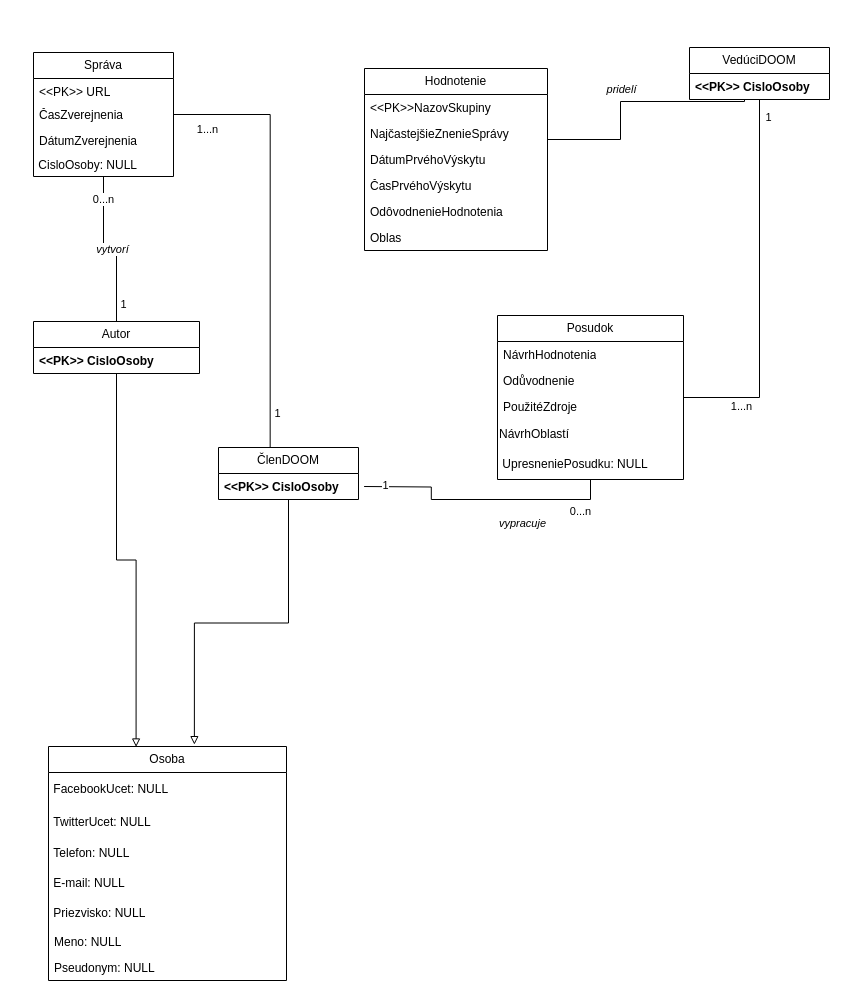
stofife/IUS keeps this draw.io diagram as ius_project_1.drawio. Above is the earlier version. Source tidied: cells renumbered, new cells numbered last; positions are measured from the earlier drawing's top-left corner, leaving out a move shared by most shapes. Both pictures are drawn from the tidied source at 100%, with x=0, y=0 at pixel (33, 47).
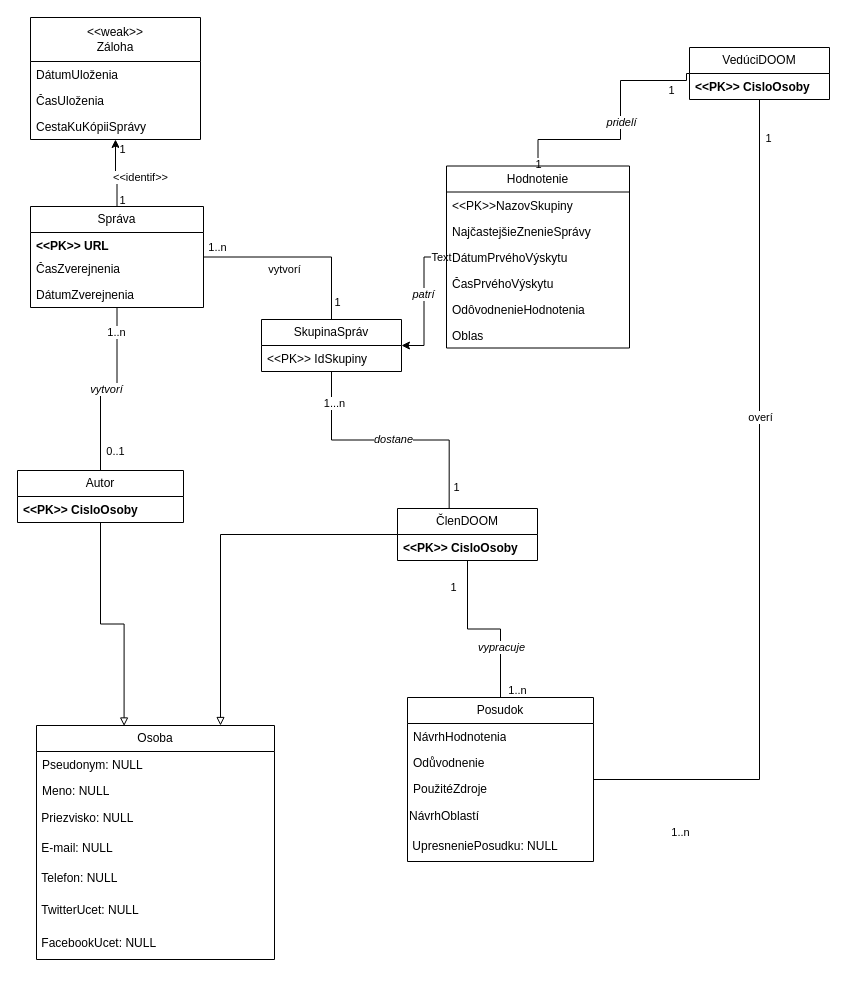
After the change.

The change refers to these unchanged cells:
```xml
<mxCell id="29" style="edgeStyle=orthogonalEdgeStyle;rounded=0;jettySize=auto;html=1;endArrow=none;endFill=0;" parent="1" edge="1" source="32" target="40">
  <mxGeometry relative="1" as="geometry" />
</mxCell>
<mxCell id="40" value="VedúciDOOM" style="swimlane;fontStyle=0;horizontal=1;startSize=26;fillColor=none;whiteSpace=wrap;html=1;" parent="1" vertex="1">
  <mxGeometry x="656" width="140" height="52" as="geometry" />
</mxCell>
```

Diff of the diagram source:
```diff
@@
+    <mxCell id="52" style="edgeStyle=orthogonalEdgeStyle;rounded=0;jettySize=auto;html=1;" parent="1" edge="1" source="2" target="67">
+      <mxGeometry relative="1" as="geometry" />
+    </mxCell>
+    <mxCell id="53" value="1" style="edgeLabel;html=1;align=center;verticalAlign=middle;" parent="52" vertex="1">
+      <mxGeometry x="-0.81" y="1" relative="1" as="geometry">
+        <mxPoint x="6" as="offset" />
+      </mxGeometry>
+    </mxCell>
+    <mxCell id="54" value="&amp;lt;&amp;lt;identif&amp;gt;&amp;gt;" style="edgeLabel;html=1;align=center;verticalAlign=middle;" parent="52" vertex="1">
+      <mxGeometry x="0.13" relative="1" as="geometry">
+        <mxPoint x="24" y="8" as="offset" />
+      </mxGeometry>
+    </mxCell>
+    <mxCell id="55" value="1" style="edgeLabel;html=1;align=center;verticalAlign=middle;" parent="52" vertex="1">
+      <mxGeometry x="0.8" relative="1" as="geometry">
+        <mxPoint x="6" y="3" as="offset" />
+      </mxGeometry>
+    </mxCell>
+    <mxCell id="56" style="edgeStyle=orthogonalEdgeStyle;rounded=0;jettySize=auto;html=1;endArrow=none;endFill=0;" parent="1" edge="1" source="2" target="71">
+      <mxGeometry relative="1" as="geometry" />
+    </mxCell>
+    <mxCell id="57" value="vytvorí" style="edgeLabel;html=1;align=center;verticalAlign=middle;" parent="56" vertex="1">
+      <mxGeometry x="0.02" y="2" relative="1" as="geometry">
+        <mxPoint x="-17" y="14" as="offset" />
+      </mxGeometry>
+    </mxCell>
+    <mxCell id="58" value="1..n" style="edgeLabel;html=1;align=center;verticalAlign=middle;" parent="56" vertex="1">
+      <mxGeometry x="-0.93" relative="1" as="geometry">
+        <mxPoint x="6" y="-10" as="offset" />
+      </mxGeometry>
+    </mxCell>
+    <mxCell id="59" value="&lt;div&gt;1&lt;/div&gt;" style="edgeLabel;html=1;align=center;verticalAlign=middle;" parent="56" vertex="1">
+      <mxGeometry x="0.85" y="-1" relative="1" as="geometry">
+        <mxPoint x="6" y="-3" as="offset" />
+      </mxGeometry>
+    </mxCell>
     <mxCell id="2" value="Správa" style="swimlane;fontStyle=0;horizontal=1;startSize=26;fillColor=none;whiteSpace=wrap;html=1;" parent="1" vertex="1">
-      <mxGeometry y="5" width="140" height="124" as="geometry" />
+      <mxGeometry x="-3" y="159" width="173" height="101" as="geometry" />
     </mxCell>
-    <mxCell id="3" value="&amp;lt;&amp;lt;PK&amp;gt;&amp;gt; URL" style="text;strokeColor=none;fillColor=none;align=left;verticalAlign=top;spacingLeft=4;spacingRight=4;overflow=hidden;whiteSpace=wrap;html=1;" parent="2" vertex="1">
-      <mxGeometry y="26" width="140" height="23" as="geometry" />
+    <mxCell id="3" value="&lt;b&gt;&amp;lt;&amp;lt;PK&amp;gt;&amp;gt; URL&lt;/b&gt;" style="text;strokeColor=none;fillColor=none;align=left;verticalAlign=top;spacingLeft=4;spacingRight=4;overflow=hidden;whiteSpace=wrap;html=1;" parent="2" vertex="1">
+      <mxGeometry y="26" width="173" height="23" as="geometry" />
     </mxCell>
     <mxCell id="4" value="ČasZverejnenia" style="text;strokeColor=none;fillColor=none;align=left;verticalAlign=top;spacingLeft=4;spacingRight=4;overflow=hidden;whiteSpace=wrap;html=1;" parent="2" vertex="1">
-      <mxGeometry y="49" width="140" height="26" as="geometry" />
+      <mxGeometry y="49" width="173" height="26" as="geometry" />
     </mxCell>
     <mxCell id="5" value="DátumZverejnenia" style="text;strokeColor=none;fillColor=none;align=left;verticalAlign=top;spacingLeft=4;spacingRight=4;overflow=hidden;whiteSpace=wrap;html=1;" parent="2" vertex="1">
-      <mxGeometry y="75" width="140" height="26" as="geometry" />
+      <mxGeometry y="75" width="173" height="26" as="geometry" />
     </mxCell>
-    <mxCell id="6" value="&lt;div&gt;&amp;nbsp;CisloOsoby: NULL&lt;/div&gt;" style="text;strokeColor=none;align=left;fillColor=none;html=1;verticalAlign=middle;whiteSpace=wrap;rounded=0;" parent="2" vertex="1">
-      <mxGeometry y="101" width="140" height="23" as="geometry" />
-    </mxCell>
     <mxCell id="7" value="&lt;div&gt;Osoba&lt;/div&gt;" style="swimlane;fontStyle=0;horizontal=1;startSize=26;fillColor=none;whiteSpace=wrap;html=1;" parent="1" vertex="1">
-      <mxGeometry x="15" y="699" width="238" height="234" as="geometry" />
+      <mxGeometry x="3" y="678" width="238" height="234" as="geometry" />
     </mxCell>
+    <mxCell id="14" value="Pseudonym: NULL" style="text;strokeColor=none;fillColor=none;align=left;verticalAlign=top;spacingLeft=4;spacingRight=4;overflow=hidden;whiteSpace=wrap;html=1;" parent="7" vertex="1">
+      <mxGeometry y="26" width="238" height="26" as="geometry" />
+    </mxCell>
+    <mxCell id="13" value="Meno: NULL" style="text;strokeColor=none;fillColor=none;align=left;verticalAlign=top;spacingLeft=4;spacingRight=4;overflow=hidden;whiteSpace=wrap;html=1;" parent="7" vertex="1">
+      <mxGeometry y="52" width="238" height="26" as="geometry" />
+    </mxCell>
+    <mxCell id="12" value="&lt;div&gt;&amp;nbsp;Priezvisko: NULL&lt;/div&gt;" style="text;strokeColor=none;align=left;fillColor=none;html=1;verticalAlign=middle;whiteSpace=wrap;rounded=0;" parent="7" vertex="1">
+      <mxGeometry y="78" width="238" height="30" as="geometry" />
+    </mxCell>
+    <mxCell id="11" value="&amp;nbsp;E-mail: NULL" style="text;strokeColor=none;align=left;fillColor=none;html=1;verticalAlign=middle;whiteSpace=wrap;rounded=0;" parent="7" vertex="1">
+      <mxGeometry y="108" width="238" height="30" as="geometry" />
+    </mxCell>
+    <mxCell id="10" value="&amp;nbsp;Telefon: NULL" style="text;strokeColor=none;align=left;fillColor=none;html=1;verticalAlign=middle;whiteSpace=wrap;rounded=0;" parent="7" vertex="1">
+      <mxGeometry y="138" width="238" height="30" as="geometry" />
+    </mxCell>
+    <mxCell id="9" value="&amp;nbsp;TwitterUcet: NULL" style="text;strokeColor=none;align=left;fillColor=none;html=1;verticalAlign=middle;whiteSpace=wrap;rounded=0;" parent="7" vertex="1">
+      <mxGeometry y="168" width="238" height="33" as="geometry" />
+    </mxCell>
     <mxCell id="8" value="&amp;nbsp;FacebookUcet: NULL" style="text;strokeColor=none;align=left;fillColor=none;html=1;verticalAlign=middle;whiteSpace=wrap;rounded=0;" parent="7" vertex="1">
-      <mxGeometry y="26" width="238" height="33" as="geometry" />
+      <mxGeometry y="201" width="238" height="33" as="geometry" />
     </mxCell>
-    <mxCell id="9" value="&amp;nbsp;TwitterUcet: NULL" style="text;strokeColor=none;align=left;fillColor=none;html=1;verticalAlign=middle;whiteSpace=wrap;rounded=0;" parent="7" vertex="1">
-      <mxGeometry y="59" width="238" height="33" as="geometry" />
-    </mxCell>
-    <mxCell id="10" value="&amp;nbsp;Telefon: NULL" style="text;strokeColor=none;align=left;fillColor=none;html=1;verticalAlign=middle;whiteSpace=wrap;rounded=0;" parent="7" vertex="1">
-      <mxGeometry y="92" width="238" height="30" as="geometry" />
-    </mxCell>
-    <mxCell id="11" value="&amp;nbsp;E-mail: NULL" style="text;strokeColor=none;align=left;fillColor=none;html=1;verticalAlign=middle;whiteSpace=wrap;rounded=0;" parent="7" vertex="1">
-      <mxGeometry y="122" width="238" height="30" as="geometry" />
-    </mxCell>
-    <mxCell id="12" value="&lt;div&gt;&amp;nbsp;Priezvisko: NULL&lt;/div&gt;" style="text;strokeColor=none;align=left;fillColor=none;html=1;verticalAlign=middle;whiteSpace=wrap;rounded=0;" parent="7" vertex="1">
-      <mxGeometry y="152" width="238" height="30" as="geometry" />
-    </mxCell>
-    <mxCell id="13" value="Meno: NULL" style="text;strokeColor=none;fillColor=none;align=left;verticalAlign=top;spacingLeft=4;spacingRight=4;overflow=hidden;whiteSpace=wrap;html=1;" parent="7" vertex="1">
-      <mxGeometry y="182" width="238" height="26" as="geometry" />
-    </mxCell>
-    <mxCell id="14" value="Pseudonym: NULL" style="text;strokeColor=none;fillColor=none;align=left;verticalAlign=top;spacingLeft=4;spacingRight=4;overflow=hidden;whiteSpace=wrap;html=1;" parent="7" vertex="1">
-      <mxGeometry y="208" width="238" height="26" as="geometry" />
-    </mxCell>
-    <mxCell id="15" style="edgeStyle=orthogonalEdgeStyle;rounded=0;jettySize=auto;html=1;entryX=0.613;entryY=-0.008;entryDx=0;entryDy=0;endArrow=block;endFill=0;entryPerimeter=0;" parent="1" edge="1" source="20" target="7">
-      <mxGeometry relative="1" as="geometry" />
+    <mxCell id="15" style="edgeStyle=orthogonalEdgeStyle;rounded=0;jettySize=auto;html=1;endArrow=block;endFill=0;" parent="1" edge="1" source="20" target="7">
+      <mxGeometry relative="1" as="geometry">
+        <Array as="points">
+          <mxPoint x="187" y="487" />
+        </Array>
+      </mxGeometry>
     </mxCell>
-    <mxCell id="16" style="edgeStyle=orthogonalEdgeStyle;rounded=0;jettySize=auto;html=1;exitX=1.04;exitY=0.5;exitDx=0;exitDy=0;exitPerimeter=0;endArrow=none;endFill=0;" parent="1" edge="1" target="32">
-      <mxGeometry relative="1" as="geometry">
-        <mxPoint x="330.6" y="439" as="sourcePoint" />
-      </mxGeometry>
+    <mxCell id="16" style="edgeStyle=orthogonalEdgeStyle;rounded=0;jettySize=auto;html=1;endArrow=none;endFill=0;" parent="1" edge="1" source="20" target="32">
+      <mxGeometry relative="1" as="geometry" />
     </mxCell>
     <mxCell id="17" value="&lt;i&gt;vypracuje&lt;/i&gt;" style="edgeLabel;html=1;align=center;verticalAlign=middle;" parent="16" vertex="1">
       <mxGeometry x="0.32" y="1" relative="1" as="geometry">
-        <mxPoint x="-1" y="24" as="offset" />
+        <mxPoint x="-1" y="7" as="offset" />
       </mxGeometry>
     </mxCell>
     <mxCell id="18" value="1" style="edgeLabel;html=1;align=center;verticalAlign=middle;" parent="16" vertex="1">
-      <mxGeometry x="-0.84" y="2" relative="1" as="geometry" />
+      <mxGeometry x="-0.84" y="2" relative="1" as="geometry">
+        <mxPoint x="-17" y="12" as="offset" />
+      </mxGeometry>
     </mxCell>
-    <mxCell id="19" value="0...n" style="edgeLabel;html=1;align=center;verticalAlign=middle;" parent="16" vertex="1">
+    <mxCell id="19" value="1..n" style="edgeLabel;html=1;align=center;verticalAlign=middle;" parent="16" vertex="1">
       <mxGeometry x="0.79" y="-2" relative="1" as="geometry">
-        <mxPoint x="-4" y="9" as="offset" />
+        <mxPoint x="18" y="10" as="offset" />
       </mxGeometry>
     </mxCell>
     <mxCell id="20" value="ČlenDOOM" style="swimlane;fontStyle=0;horizontal=1;startSize=26;fillColor=none;whiteSpace=wrap;html=1;" parent="1" vertex="1">
-      <mxGeometry x="185" y="400" width="140" height="52" as="geometry" />
+      <mxGeometry x="364" y="461" width="140" height="52" as="geometry" />
     </mxCell>
@@
-    <mxCell id="22" style="edgeStyle=orthogonalEdgeStyle;rounded=0;jettySize=auto;html=1;endArrow=none;endFill=0;" parent="1" edge="1" source="26" target="6">
+    <mxCell id="22" style="edgeStyle=orthogonalEdgeStyle;rounded=0;jettySize=auto;html=1;endArrow=none;endFill=0;" parent="1" edge="1" source="26" target="2">
       <mxGeometry relative="1" as="geometry" />
     </mxCell>
@@
-    <mxCell id="24" value="1" style="edgeLabel;html=1;align=center;verticalAlign=middle;" parent="22" vertex="1">
+    <mxCell id="24" value="0..1" style="edgeLabel;html=1;align=center;verticalAlign=middle;" parent="22" vertex="1">
       <mxGeometry x="-0.77" relative="1" as="geometry">
-        <mxPoint x="6" as="offset" />
+        <mxPoint x="14" y="1" as="offset" />
       </mxGeometry>
     </mxCell>
-    <mxCell id="25" value="0...n" style="edgeLabel;html=1;align=center;verticalAlign=middle;" parent="22" vertex="1">
+    <mxCell id="25" value="&lt;div&gt;1..n&lt;/div&gt;" style="edgeLabel;html=1;align=center;verticalAlign=middle;" parent="22" vertex="1">
       <mxGeometry x="0.83" y="1" relative="1" as="geometry">
         <mxPoint y="9" as="offset" />
       </mxGeometry>
     </mxCell>
     <mxCell id="26" value="Autor" style="swimlane;fontStyle=0;horizontal=1;startSize=26;fillColor=none;whiteSpace=wrap;html=1;" parent="1" vertex="1">
-      <mxGeometry y="274" width="166" height="52" as="geometry" />
+      <mxGeometry x="-16" y="423" width="166" height="52" as="geometry" />
     </mxCell>
@@
-    <mxCell id="30" value="1...n" style="edgeLabel;html=1;align=center;verticalAlign=middle;" parent="29" vertex="1">
+    <mxCell id="30" value="1..n" style="edgeLabel;html=1;align=center;verticalAlign=middle;" parent="29" vertex="1">
       <mxGeometry x="-0.76" relative="1" as="geometry">
-        <mxPoint x="12" y="8" as="offset" />
+        <mxPoint x="-16" y="52" as="offset" />
       </mxGeometry>
     </mxCell>
@@
+    <mxCell id="60" value="overí" style="edgeLabel;html=1;align=center;verticalAlign=middle;" parent="29" vertex="1">
+      <mxGeometry x="0.25" relative="1" as="geometry" />
+    </mxCell>
     <mxCell id="32" value="&lt;div&gt;Posudok&lt;br&gt;&lt;/div&gt;" style="swimlane;fontStyle=0;horizontal=1;startSize=26;fillColor=none;whiteSpace=wrap;html=1;" parent="1" vertex="1">
-      <mxGeometry x="464" y="268" width="186" height="164" as="geometry" />
+      <mxGeometry x="374" y="650" width="186" height="164" as="geometry" />
     </mxCell>
@@
     <mxCell id="38" style="edgeStyle=orthogonalEdgeStyle;rounded=0;jettySize=auto;html=1;endArrow=none;endFill=0;" parent="1" edge="1" source="40" target="45">
       <mxGeometry relative="1" as="geometry">
         <Array as="points">
-          <mxPoint x="711" y="54" />
-          <mxPoint x="587" y="54" />
+          <mxPoint x="653" y="26" />
+          <mxPoint x="653" y="33" />
+          <mxPoint x="587" y="33" />
           <mxPoint x="587" y="92" />
-          <mxPoint x="331" y="92" />
-          <mxPoint x="331" y="175" />
         </Array>
       </mxGeometry>
     </mxCell>
@@
+    <mxCell id="61" value="1" style="edgeLabel;html=1;align=center;verticalAlign=middle;" parent="38" vertex="1">
+      <mxGeometry x="-0.77" relative="1" as="geometry">
+        <mxPoint x="2" y="9" as="offset" />
+      </mxGeometry>
+    </mxCell>
+    <mxCell id="62" value="1" style="edgeLabel;html=1;align=center;verticalAlign=middle;" parent="38" vertex="1">
+      <mxGeometry x="0.88" relative="1" as="geometry">
+        <mxPoint y="13" as="offset" />
+      </mxGeometry>
+    </mxCell>
@@
-    <mxCell id="42" style="edgeStyle=orthogonalEdgeStyle;rounded=0;jettySize=auto;html=1;entryX=0.369;entryY=-0.009;entryDx=0;entryDy=0;entryPerimeter=0;endArrow=none;endFill=0;" parent="1" edge="1" source="2" target="20">
+    <mxCell id="42" style="edgeStyle=orthogonalEdgeStyle;rounded=0;jettySize=auto;html=1;entryX=0.369;entryY=-0.009;entryDx=0;entryDy=0;entryPerimeter=0;endArrow=none;endFill=0;" parent="1" edge="1" source="71" target="20">
       <mxGeometry relative="1" as="geometry" />
     </mxCell>
@@
+    <mxCell id="63" value="&lt;i&gt;dostane&lt;/i&gt;" style="edgeLabel;html=1;align=center;verticalAlign=middle;" parent="42" vertex="1">
+      <mxGeometry x="0.27" y="-2" relative="1" as="geometry">
+        <mxPoint x="-31" y="-3" as="offset" />
+      </mxGeometry>
+    </mxCell>
+    <mxCell id="64" style="edgeStyle=orthogonalEdgeStyle;rounded=0;jettySize=auto;html=1;" parent="1" edge="1" source="45" target="71">
+      <mxGeometry relative="1" as="geometry" />
+    </mxCell>
+    <mxCell id="65" value="&lt;i&gt;patrí &lt;/i&gt;" style="edgeLabel;html=1;align=center;verticalAlign=middle;" parent="64" vertex="1">
+      <mxGeometry x="-0.12" y="-1" relative="1" as="geometry" />
+    </mxCell>
+    <mxCell id="66" value="Text" style="edgeLabel;html=1;align=center;verticalAlign=middle;" parent="64" vertex="1">
+      <mxGeometry x="-0.91" relative="1" as="geometry" />
+    </mxCell>
     <mxCell id="45" value="Hodnotenie" style="swimlane;fontStyle=0;horizontal=1;startSize=26;fillColor=none;whiteSpace=wrap;html=1;" parent="1" vertex="1">
-      <mxGeometry x="331" y="21" width="183" height="182" as="geometry" />
+      <mxGeometry x="413" y="118.5" width="183" height="182" as="geometry" />
     </mxCell>
@@
+    <mxCell id="67" value="&lt;div&gt;&amp;lt;&amp;lt;weak&amp;gt;&amp;gt;&lt;br&gt;&lt;/div&gt;&lt;div&gt;Záloha&lt;/div&gt;" style="swimlane;fontStyle=0;horizontal=1;startSize=44;fillColor=none;whiteSpace=wrap;html=1;" parent="1" vertex="1">
+      <mxGeometry x="-3" y="-30" width="170" height="122" as="geometry" />
+    </mxCell>
+    <mxCell id="68" value="DátumUloženia" style="text;strokeColor=none;fillColor=none;align=left;verticalAlign=top;spacingLeft=4;spacingRight=4;overflow=hidden;whiteSpace=wrap;html=1;" parent="67" vertex="1">
+      <mxGeometry y="44" width="170" height="26" as="geometry" />
+    </mxCell>
+    <mxCell id="69" value="ČasUloženia" style="text;strokeColor=none;fillColor=none;align=left;verticalAlign=top;spacingLeft=4;spacingRight=4;overflow=hidden;whiteSpace=wrap;html=1;" parent="67" vertex="1">
+      <mxGeometry y="70" width="170" height="26" as="geometry" />
+    </mxCell>
+    <mxCell id="70" value="CestaKuKópiiSprávy" style="text;strokeColor=none;fillColor=none;align=left;verticalAlign=top;spacingLeft=4;spacingRight=4;overflow=hidden;whiteSpace=wrap;html=1;" parent="67" vertex="1">
+      <mxGeometry y="96" width="170" height="26" as="geometry" />
+    </mxCell>
+    <mxCell id="71" value="SkupinaSpráv" style="swimlane;fontStyle=0;horizontal=1;startSize=26;fillColor=none;whiteSpace=wrap;html=1;" parent="1" vertex="1">
+      <mxGeometry x="228" y="272" width="140" height="52" as="geometry" />
+    </mxCell>
+    <mxCell id="72" value="&amp;lt;&amp;lt;PK&amp;gt;&amp;gt; IdSkupiny" style="text;strokeColor=none;fillColor=none;align=left;verticalAlign=top;spacingLeft=4;spacingRight=4;overflow=hidden;whiteSpace=wrap;html=1;" parent="71" vertex="1">
+      <mxGeometry y="26" width="140" height="26" as="geometry" />
+    </mxCell>
```
